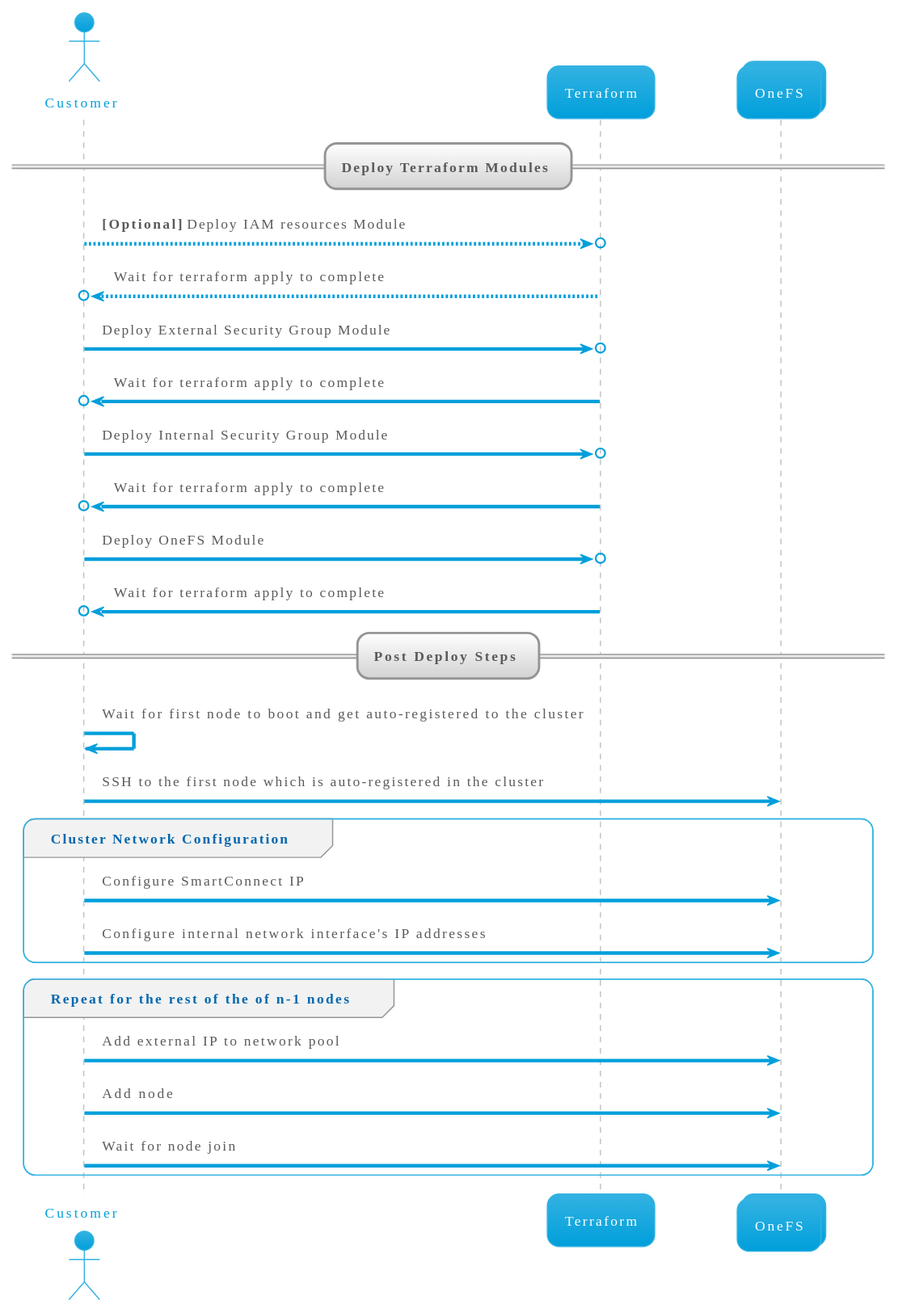
Before: examples/complete-onefs/images/create-powerscale-cluster.svg, a diagram exported from PlantUML (dell/terraform-aws-onefs).
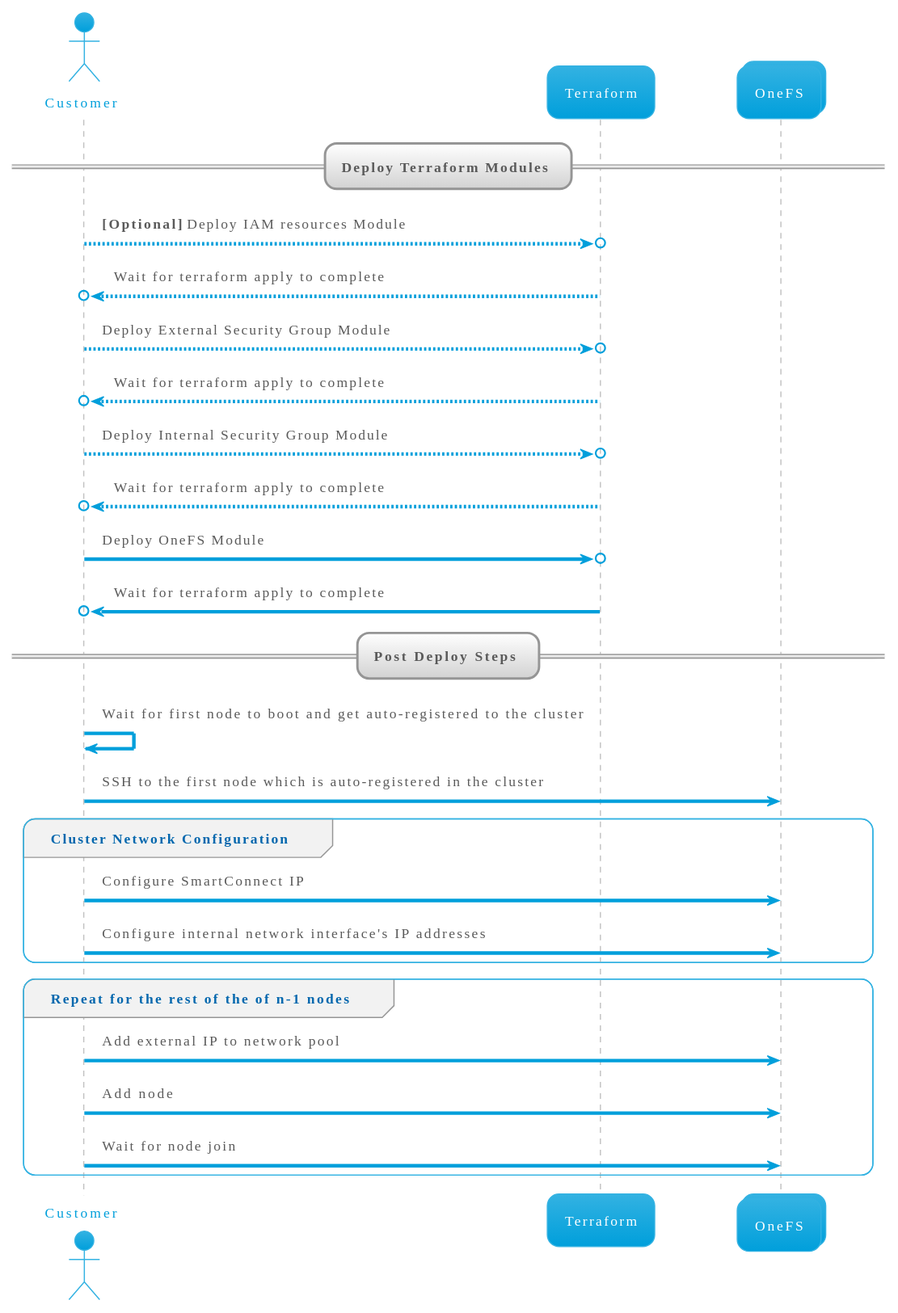
Later version of the same file.

The edit, as a diff of the source:
```diff
@@ -10,10 +10,10 @@
 == Deploy Terraform Modules ==
 Customer -->o Terraform: <b>[Optional]</b> Deploy IAM resources Module
 Terraform -->o  Customer: Wait for terraform apply to complete
-Customer ->o  Terraform: Deploy External Security Group Module
-Terraform ->o  Customer: Wait for terraform apply to complete
-Customer ->o  Terraform: Deploy Internal Security Group Module
-Terraform ->o  Customer: Wait for terraform apply to complete
+Customer -->o  Terraform: Deploy External Security Group Module
+Terraform -->o  Customer: Wait for terraform apply to complete
+Customer -->o  Terraform: Deploy Internal Security Group Module
+Terraform -->o  Customer: Wait for terraform apply to complete
 Customer ->o  Terraform: Deploy OneFS Module
 Terraform ->o  Customer: Wait for terraform apply to complete
 
```
